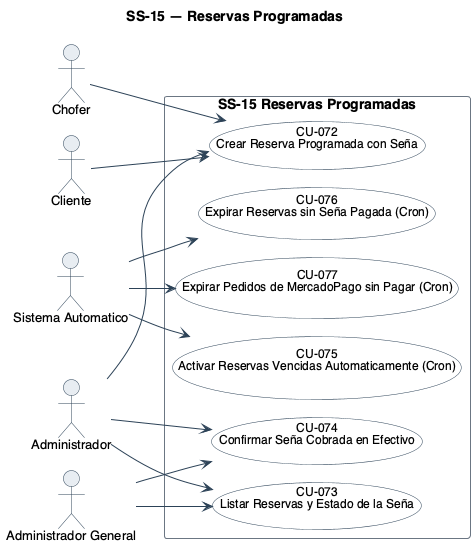
Earlier version of the PlantUML export diagramas/uml/CU_SS-15_Reservas-Programadas.png (Nahuelito-Dev/splg-docs). The source it was exported from:
```plantuml
@startuml
!pragma layout smetana
title SS-15 — Reservas Programadas
left to right direction
skinparam backgroundColor #FFFFFF
skinparam shadowing false
skinparam defaultFontName Helvetica
skinparam defaultFontSize 13
skinparam ArrowColor #2C4257
skinparam actor {
  BorderColor #2C4257
  BackgroundColor #E8EDF2
}
skinparam usecase {
  BorderColor #2C4257
  BackgroundColor #FFFFFF
  FontSize 12
  BorderColor<<pendiente>> #9C4436
  BackgroundColor<<pendiente>> #F6E4E1
}
skinparam rectangle {
  BorderColor #6B7683
  FontSize 14
  FontStyle bold
}

actor "Cliente" as A1
actor "Chofer" as A2
actor "Administrador" as A3
actor "Sistema Automatico" as A4
actor "Administrador General" as A5

rectangle "SS-15 Reservas Programadas" {
  usecase "CU-072\nCrear Reserva Programada con Seña" as U72
  usecase "CU-073\nListar Reservas y Estado de la Seña" as U73
  usecase "CU-074\nConfirmar Seña Cobrada en Efectivo" as U74
  usecase "CU-075\nActivar Reservas Vencidas Automaticamente (Cron)" as U75
  usecase "CU-076\nExpirar Reservas sin Seña Pagada (Cron)" as U76
  usecase "CU-077\nExpirar Pedidos de MercadoPago sin Pagar (Cron)" as U77
}

A1 --> U72
A2 --> U72
A3 --> U72
A3 --> U73
A5 --> U73
A3 --> U74
A5 --> U74
A4 --> U75
A4 --> U76
A4 --> U77
@enduml
```
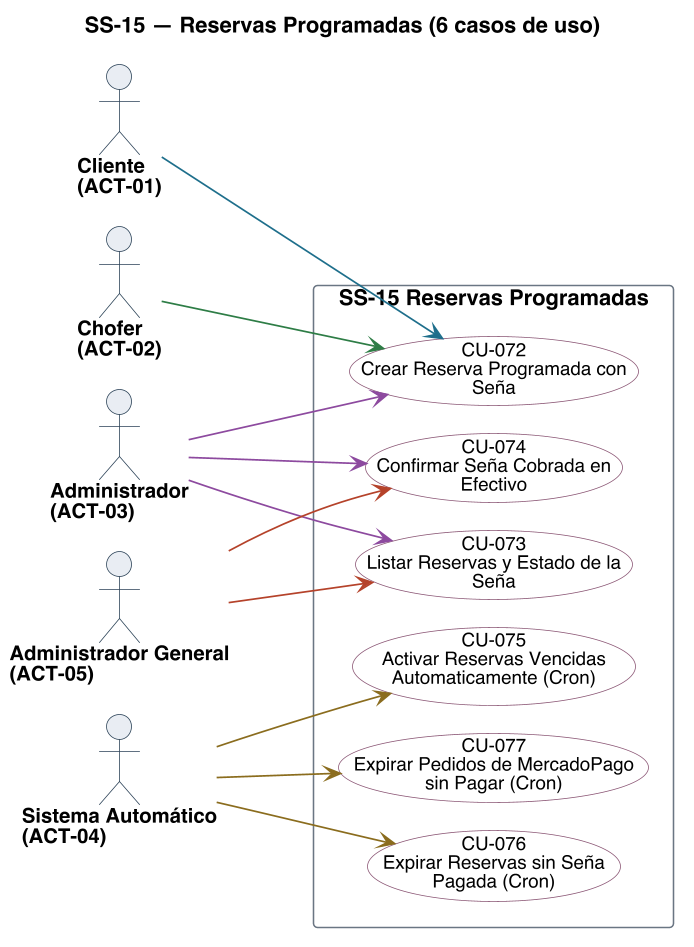
The same file after the commit.

What changed in the source:
```diff
@@ -1,22 +1,23 @@
 @startuml
-!pragma layout smetana
-title SS-15 — Reservas Programadas
+title SS-15 — Reservas Programadas (6 casos de uso)
 left to right direction
 skinparam backgroundColor #FFFFFF
 skinparam shadowing false
 skinparam defaultFontName Helvetica
 skinparam defaultFontSize 13
+skinparam dpi 150
 skinparam ArrowColor #2C4257
+skinparam ArrowThickness 1.1
 skinparam actor {
   BorderColor #2C4257
   BackgroundColor #E8EDF2
+  FontSize 13
+  FontStyle bold
 }
 skinparam usecase {
   BorderColor #2C4257
   BackgroundColor #FFFFFF
   FontSize 12
-  BorderColor<<pendiente>> #9C4436
-  BackgroundColor<<pendiente>> #F6E4E1
 }
 skinparam rectangle {
   BorderColor #6B7683
@@ -24,29 +25,37 @@
   FontStyle bold
 }
 
-actor "Cliente" as A1
-actor "Chofer" as A2
-actor "Administrador" as A3
-actor "Sistema Automatico" as A4
-actor "Administrador General" as A5
+skinparam nodesep 18
+skinparam ranksep 70
+skinparam usecase {
+  BorderColor<<pendiente>> #9C4436
+  BackgroundColor<<pendiente>> #F6E4E1
+}
+
+actor "Cliente\n(ACT-01)" as A01
+actor "Chofer\n(ACT-02)" as A02
+actor "Administrador\n(ACT-03)" as A03
+actor "Sistema Automático\n(ACT-04)" as A04
+actor "Administrador General\n(ACT-05)" as A05
 
 rectangle "SS-15 Reservas Programadas" {
-  usecase "CU-072\nCrear Reserva Programada con Seña" as U72
-  usecase "CU-073\nListar Reservas y Estado de la Seña" as U73
-  usecase "CU-074\nConfirmar Seña Cobrada en Efectivo" as U74
-  usecase "CU-075\nActivar Reservas Vencidas Automaticamente (Cron)" as U75
-  usecase "CU-076\nExpirar Reservas sin Seña Pagada (Cron)" as U76
-  usecase "CU-077\nExpirar Pedidos de MercadoPago sin Pagar (Cron)" as U77
+  usecase "CU-072\nCrear Reserva Programada con\nSeña" as U072 #back:FFFFFF;line:8A5674
+  usecase "CU-073\nListar Reservas y Estado de la\nSeña" as U073 #back:FFFFFF;line:8A5674
+  usecase "CU-074\nConfirmar Seña Cobrada en\nEfectivo" as U074 #back:FFFFFF;line:8A5674
+  usecase "CU-075\nActivar Reservas Vencidas\nAutomaticamente (Cron)" as U075 #back:FFFFFF;line:8A5674
+  usecase "CU-076\nExpirar Reservas sin Seña\nPagada (Cron)" as U076 #back:FFFFFF;line:8A5674
+  usecase "CU-077\nExpirar Pedidos de MercadoPago\nsin Pagar (Cron)" as U077 #back:FFFFFF;line:8A5674
 }
 
-A1 --> U72
-A2 --> U72
-A3 --> U72
-A3 --> U73
-A5 --> U73
-A3 --> U74
-A5 --> U74
-A4 --> U75
-A4 --> U76
-A4 --> U77
+A01 -[#1F6F8B]-> U072
+A02 -[#2E7D46]-> U072
+A03 -[#8C4A9E]-> U072
+A03 -[#8C4A9E]-> U073
+A03 -[#8C4A9E]-> U074
+A04 -[#8A6D1F]-> U075
+A04 -[#8A6D1F]-> U076
+A04 -[#8A6D1F]-> U077
+A05 -[#B4432B]-> U073
+A05 -[#B4432B]-> U074
+
 @enduml
```
